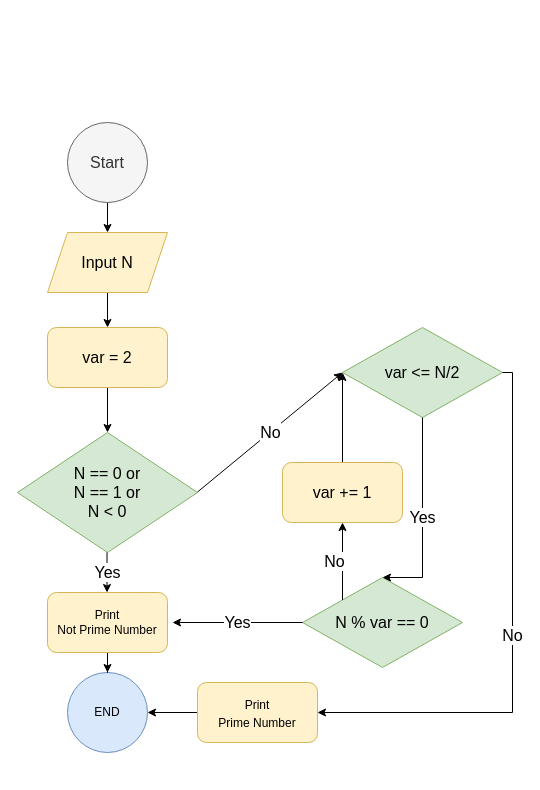
The draw.io diagram ex002/other/d.drawio in YuriiOsipchuk/HomeWorkGo, before the edit. Source tidied: cells renumbered, new cells numbered last; positions are measured from the earlier drawing's top-left corner, leaving out a move shared by most shapes. Both pictures are drawn from the tidied source at 100%, with x=0, y=0 at pixel (17, 122).
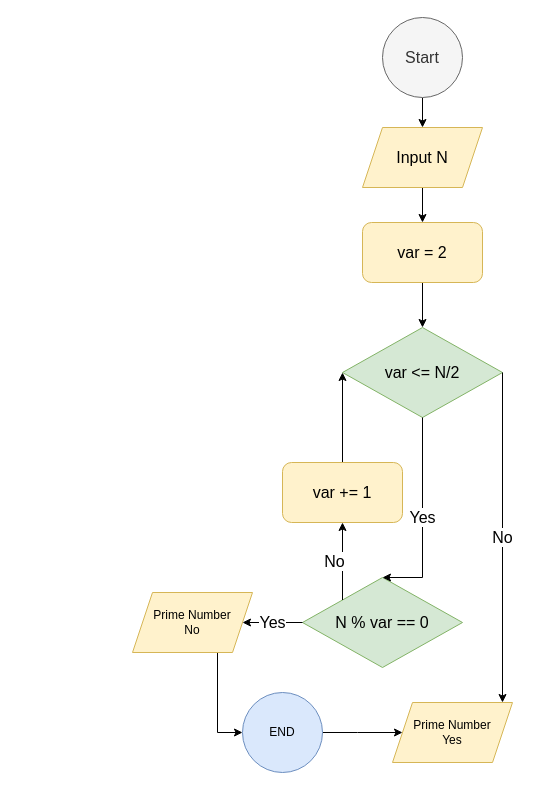
After the change.

Unchanged cells that the change refers to:
```xml
<mxCell id="14" value="var &amp;lt;= N/2" style="rhombus;whiteSpace=wrap;html=1;fontSize=16;fillColor=#d5e8d4;strokeColor=#82b366;" parent="1" vertex="1">
  <mxGeometry x="325" y="205" width="160" height="90" as="geometry" />
</mxCell>
<mxCell id="15" value="N % var == 0" style="rhombus;whiteSpace=wrap;html=1;fontSize=16;fillColor=#d5e8d4;strokeColor=#82b366;" parent="1" vertex="1">
  <mxGeometry x="285" y="455" width="160" height="90" as="geometry" />
</mxCell>
```

The edit, as a diff of the source:
```diff
@@
     <mxCell id="3" value="&lt;font style=&quot;font-size: 16px;&quot;&gt;Start&lt;/font&gt;" style="ellipse;whiteSpace=wrap;html=1;fillColor=#f5f5f5;fontColor=#333333;strokeColor=#666666;" parent="1" vertex="1">
-      <mxGeometry x="50" width="80" height="80" as="geometry" />
+      <mxGeometry x="365" y="-105" width="80" height="80" as="geometry" />
     </mxCell>
+    <mxCell id="24" style="edgeStyle=elbowEdgeStyle;rounded=0;jettySize=auto;html=1;fontSize=12;" parent="1" edge="1" source="4" target="27">
+      <mxGeometry relative="1" as="geometry" />
+    </mxCell>
     <mxCell id="4" value="END" style="ellipse;whiteSpace=wrap;html=1;fillColor=#dae8fc;strokeColor=#6c8ebf;" parent="1" vertex="1">
-      <mxGeometry x="50" y="550" width="80" height="80" as="geometry" />
+      <mxGeometry x="225" y="570" width="80" height="80" as="geometry" />
     </mxCell>
-    <mxCell id="5" style="edgeStyle=orthogonalEdgeStyle;rounded=0;jettySize=auto;html=1;entryX=0.5;entryY=0;entryDx=0;entryDy=0;fontSize=16;endArrow=classic;endFill=1;" parent="1" edge="1" source="6" target="7">
-      <mxGeometry relative="1" as="geometry" />
+    <mxCell id="5" style="edgeStyle=orthogonalEdgeStyle;rounded=0;jettySize=auto;html=1;entryX=0.5;entryY=0;entryDx=0;entryDy=0;fontSize=16;endArrow=classic;endFill=1;" parent="1" edge="1" source="6">
+      <mxGeometry relative="1" as="geometry">
+        <mxPoint x="405" y="205" as="targetPoint" />
+      </mxGeometry>
     </mxCell>
     <mxCell id="6" value="var = 2" style="rounded=1;whiteSpace=wrap;html=1;fontSize=16;fillColor=#fff2cc;strokeColor=#d6b656;" parent="1" vertex="1">
-      <mxGeometry x="30" y="205" width="120" height="60" as="geometry" />
+      <mxGeometry x="345" y="100" width="120" height="60" as="geometry" />
     </mxCell>
-    <mxCell id="7" value="&lt;div&gt;N == 0 or&lt;/div&gt;&lt;div&gt;N == 1 or&lt;/div&gt;&lt;div&gt;N &amp;lt; 0&lt;br&gt;&lt;/div&gt;" style="rhombus;whiteSpace=wrap;html=1;fontSize=16;fillColor=#d5e8d4;strokeColor=#82b366;" parent="1" vertex="1">
-      <mxGeometry y="310" width="180" height="120" as="geometry" />
-    </mxCell>
@@
     <mxCell id="9" value="Input N" style="shape=parallelogram;perimeter=parallelogramPerimeter;whiteSpace=wrap;html=1;fixedSize=1;fontSize=16;fillColor=#fff2cc;strokeColor=#d6b656;" parent="1" vertex="1">
-      <mxGeometry x="30" y="110" width="120" height="60" as="geometry" />
+      <mxGeometry x="345" y="5" width="120" height="60" as="geometry" />
     </mxCell>
-    <mxCell id="10" style="edgeStyle=orthogonalEdgeStyle;rounded=0;jettySize=auto;html=1;fontSize=15;endArrow=classic;endFill=1;" parent="1" edge="1" source="11" target="4">
-      <mxGeometry relative="1" as="geometry" />
-    </mxCell>
-    <mxCell id="11" value="&lt;div style=&quot;font-size: 12px;&quot;&gt;Print&lt;br&gt;&lt;/div&gt;&lt;div style=&quot;font-size: 12px;&quot;&gt;Not Prime Number&lt;br&gt;&lt;/div&gt;" style="rounded=1;whiteSpace=wrap;html=1;fontSize=16;fillColor=#fff2cc;strokeColor=#d6b656;" parent="1" vertex="1">
-      <mxGeometry x="30" y="470" width="120" height="60" as="geometry" />
-    </mxCell>
-    <mxCell id="12" value="No" style="endArrow=classic;html=1;rounded=0;fontSize=16;entryX=0;entryY=0.5;entryDx=0;entryDy=0;" parent="1" edge="1" target="14">
-      <mxGeometry relative="1" as="geometry">
-        <mxPoint x="180" y="369.5" as="sourcePoint" />
-      </mxGeometry>
-    </mxCell>
-    <mxCell id="13" value="Yes" style="endArrow=classic;html=1;rounded=0;fontSize=16;" parent="1" edge="1">
-      <mxGeometry relative="1" as="geometry">
-        <mxPoint x="89.5" y="430" as="sourcePoint" />
-        <mxPoint x="89.5" y="470" as="targetPoint" />
-      </mxGeometry>
-    </mxCell>
@@
-    <mxCell id="17" value="Yes" style="endArrow=classic;html=1;rounded=0;fontSize=16;exitX=0;exitY=0.5;exitDx=0;exitDy=0;" parent="1" edge="1" source="15">
-      <mxGeometry relative="1" as="geometry">
-        <mxPoint x="155" y="500" as="targetPoint" />
-      </mxGeometry>
+    <mxCell id="17" value="Yes" style="endArrow=classic;html=1;rounded=0;fontSize=16;exitX=0;exitY=0.5;exitDx=0;exitDy=0;entryX=1;entryY=0.5;entryDx=0;entryDy=0;" parent="1" edge="1" source="15" target="26">
+      <mxGeometry relative="1" as="geometry" />
     </mxCell>
@@
-    <mxCell id="21" style="edgeStyle=orthogonalEdgeStyle;rounded=0;jettySize=auto;html=1;fontSize=11;" parent="1" edge="1" source="22" target="4">
-      <mxGeometry relative="1" as="geometry" />
-    </mxCell>
-    <mxCell id="22" value="&lt;div style=&quot;font-size: 15px;&quot;&gt;&lt;font style=&quot;font-size: 12px;&quot;&gt;Print&lt;br&gt;&lt;/font&gt;&lt;/div&gt;&lt;div style=&quot;font-size: 15px;&quot;&gt;&lt;font style=&quot;font-size: 12px;&quot;&gt;Prime Number&lt;br&gt;&lt;/font&gt;&lt;/div&gt;" style="rounded=1;whiteSpace=wrap;html=1;fontSize=16;fillColor=#fff2cc;strokeColor=#d6b656;" parent="1" vertex="1">
-      <mxGeometry x="180" y="560" width="120" height="60" as="geometry" />
-    </mxCell>
-    <mxCell id="23" value="No" style="endArrow=classic;html=1;rounded=0;fontSize=16;entryX=1;entryY=0.5;entryDx=0;entryDy=0;exitX=1;exitY=0.5;exitDx=0;exitDy=0;edgeStyle=orthogonalEdgeStyle;" parent="1" edge="1" source="14" target="22">
-      <mxGeometry relative="1" as="geometry" />
+    <mxCell id="23" value="No" style="endArrow=classic;html=1;rounded=0;fontSize=16;exitX=1;exitY=0.5;exitDx=0;exitDy=0;edgeStyle=elbowEdgeStyle;" parent="1" edge="1" source="14" target="27">
+      <mxGeometry relative="1" as="geometry">
+        <Array as="points">
+          <mxPoint x="485" y="420" />
+        </Array>
+      </mxGeometry>
     </mxCell>
+    <mxCell id="25" style="edgeStyle=elbowEdgeStyle;rounded=0;jettySize=auto;html=1;exitX=0.5;exitY=1;exitDx=0;exitDy=0;entryX=0;entryY=0.5;entryDx=0;entryDy=0;fontSize=12;" parent="1" edge="1" source="26" target="4">
+      <mxGeometry relative="1" as="geometry" />
+    </mxCell>
+    <mxCell id="26" value="&lt;div style=&quot;font-size: 12px;&quot;&gt;&lt;font style=&quot;font-size: 12px;&quot;&gt;Prime Number &lt;br&gt;&lt;/font&gt;&lt;/div&gt;&lt;div style=&quot;font-size: 12px;&quot;&gt;&lt;font style=&quot;font-size: 12px;&quot;&gt;No&lt;br&gt;&lt;/font&gt;&lt;/div&gt;" style="shape=parallelogram;perimeter=parallelogramPerimeter;whiteSpace=wrap;html=1;fixedSize=1;fontSize=16;fillColor=#fff2cc;strokeColor=#d6b656;" parent="1" vertex="1">
+      <mxGeometry x="115" y="470" width="120" height="60" as="geometry" />
+    </mxCell>
+    <mxCell id="27" value="&lt;div style=&quot;font-size: 12px;&quot;&gt;&lt;font style=&quot;font-size: 12px;&quot;&gt;Prime Number &lt;br&gt;&lt;/font&gt;&lt;/div&gt;&lt;div style=&quot;font-size: 12px;&quot;&gt;&lt;font style=&quot;font-size: 12px;&quot;&gt;Yes&lt;br&gt;&lt;/font&gt;&lt;/div&gt;" style="shape=parallelogram;perimeter=parallelogramPerimeter;whiteSpace=wrap;html=1;fixedSize=1;fontSize=16;fillColor=#fff2cc;strokeColor=#d6b656;" parent="1" vertex="1">
+      <mxGeometry x="375" y="580" width="120" height="60" as="geometry" />
+    </mxCell>
```
